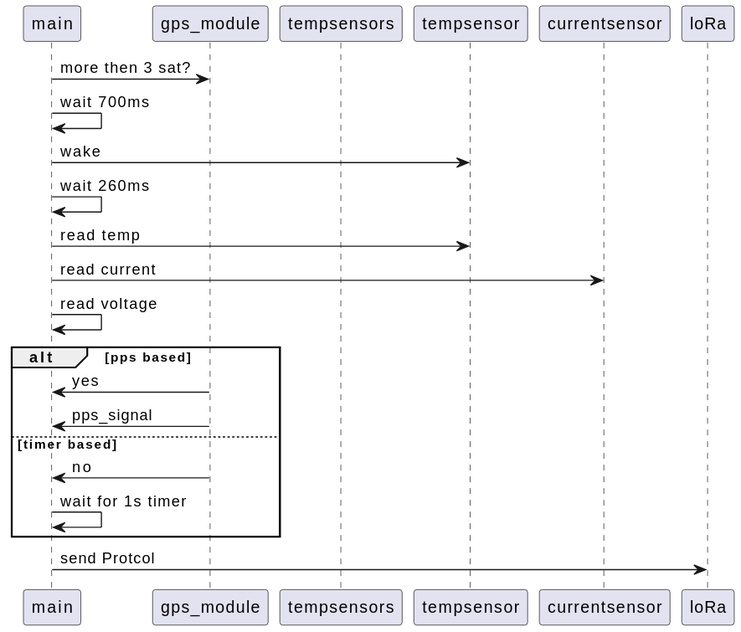
Earlier version of the PlantUML export doc/sequence_diagram.svg (PSenfft/pv_test_station). Its diagram source:
```plantuml
@startuml
participant main
participant gps_module
participant tempsensors


main -> gps_module: more then 3 sat?

main -> main: wait 700ms
main -> tempsensor: wake
main -> main: wait 260ms
main -> tempsensor: read temp
main -> currentsensor: read current
main -> main: read voltage

alt pps based
   gps_module -> main: yes
   gps_module -> main: pps_signal


else timer based
   gps_module -> main: no
   main -> main: wait for 1s timer
end
main -> loRa: send Protcol
@enduml
```
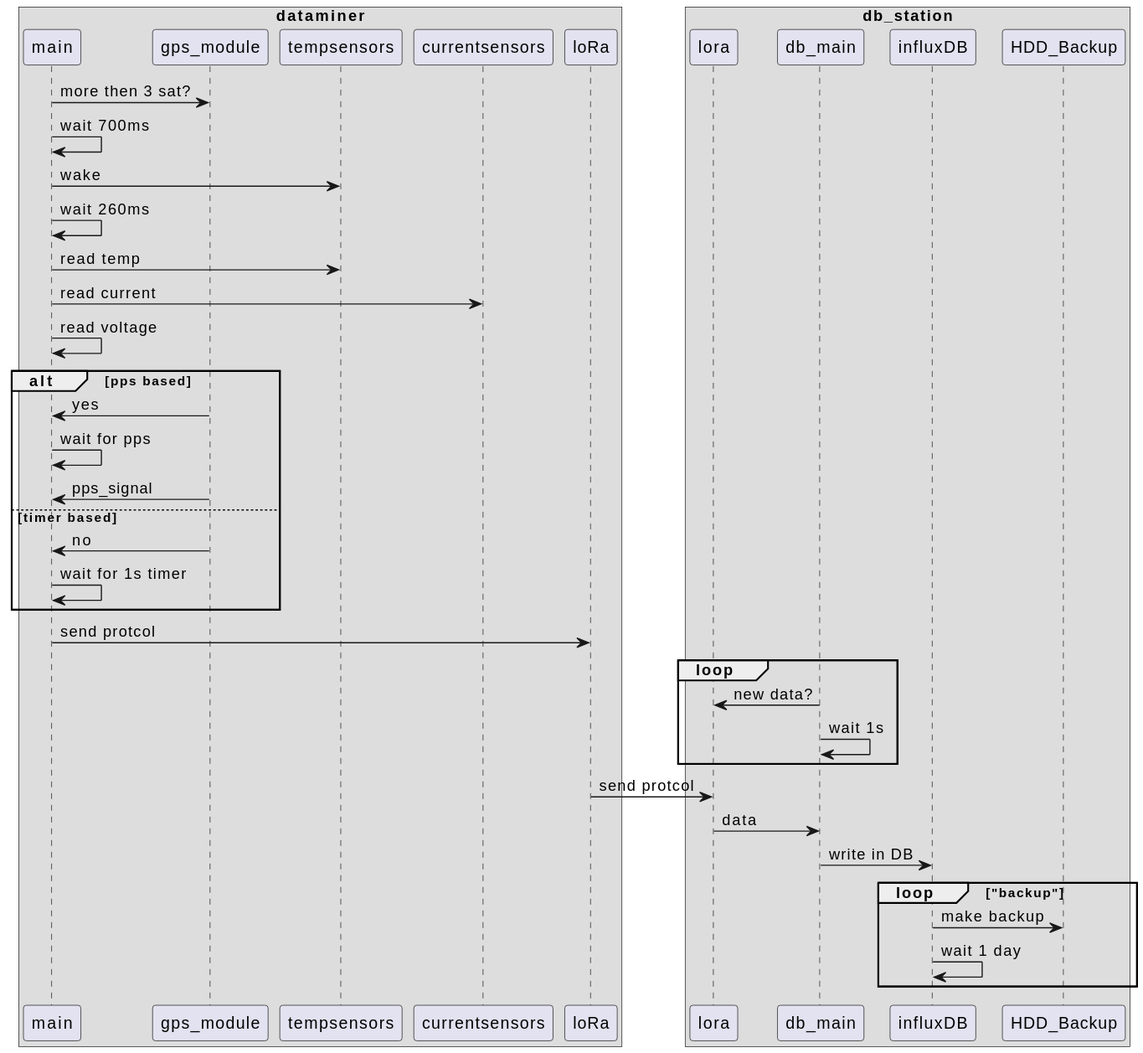
After the change.

Commit message:
edit sequence diagram

Change to the diagram source:
```diff
@@ -1,26 +1,49 @@
 @startuml
+box "dataminer"
 participant main
 participant gps_module
 participant tempsensors
+participant currentsensors
+participant loRa
+end box
 
+box "db_station"
+participant lora
+participant db_main
+participant influxDB
+participant HDD_Backup
+end box
 
 main -> gps_module: more then 3 sat?
 
 main -> main: wait 700ms
-main -> tempsensor: wake
+main -> tempsensors: wake
 main -> main: wait 260ms
-main -> tempsensor: read temp
-main -> currentsensor: read current
+main -> tempsensors: read temp
+main -> currentsensors: read current
 main -> main: read voltage
 
 alt pps based
    gps_module -> main: yes
+   main -> main: wait for pps
    gps_module -> main: pps_signal
-
 
 else timer based
    gps_module -> main: no
    main -> main: wait for 1s timer
 end
-main -> loRa: send Protcol
+main -> loRa: send protcol
+
+loop
+   db_main -> lora: new data?
+   db_main -> db_main: wait 1s
+end loop
+loRa -> lora: send protcol
+lora -> db_main: data
+db_main -> influxDB: write in DB
+
+loop "backup"
+    influxDB -> HDD_Backup: make backup
+    influxDB -> influxDB: wait 1 day
+end loop
 @enduml
```
